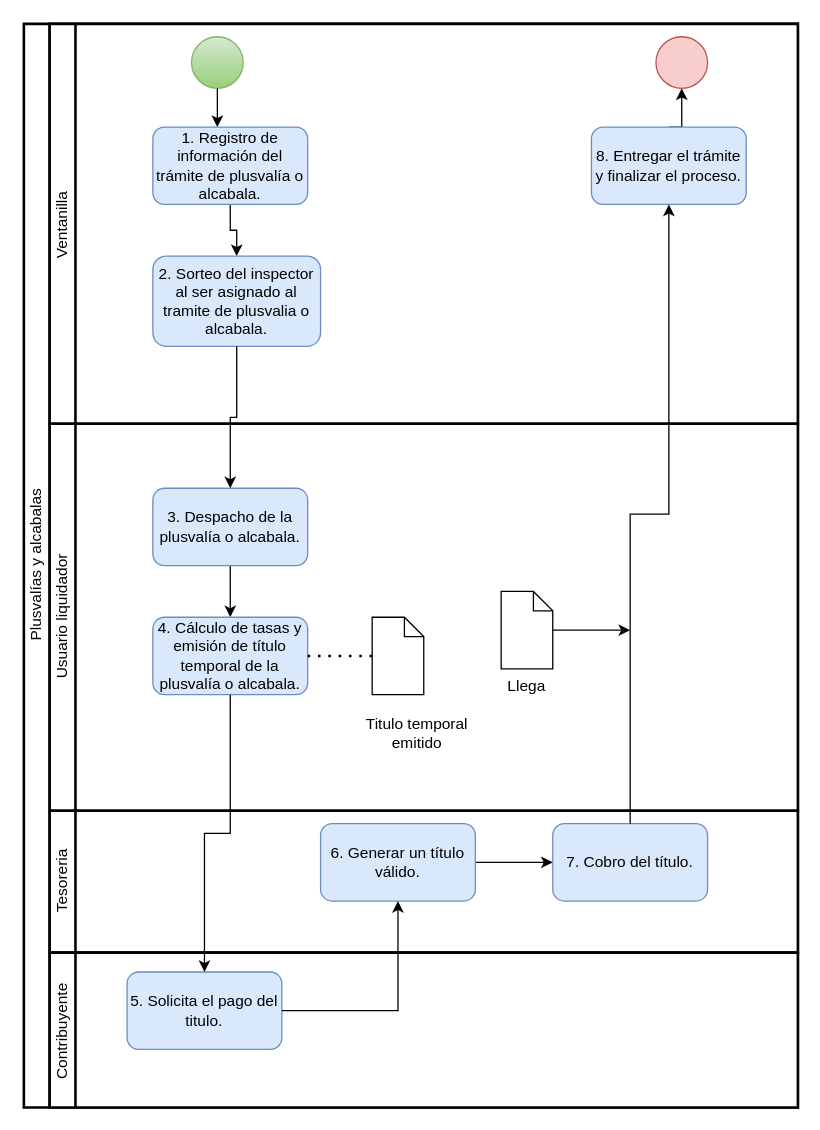
The draw.io diagram Diagrama1/Diagrama1.drawio in bryamOzl/Diagramas, before the edit. Source tidied: cells renumbered, new cells numbered last; positions are measured from the earlier drawing's top-left corner, leaving out a move shared by most shapes. Both pictures are drawn from the tidied source at 129%, with x=0, y=0 at pixel (23, 23).
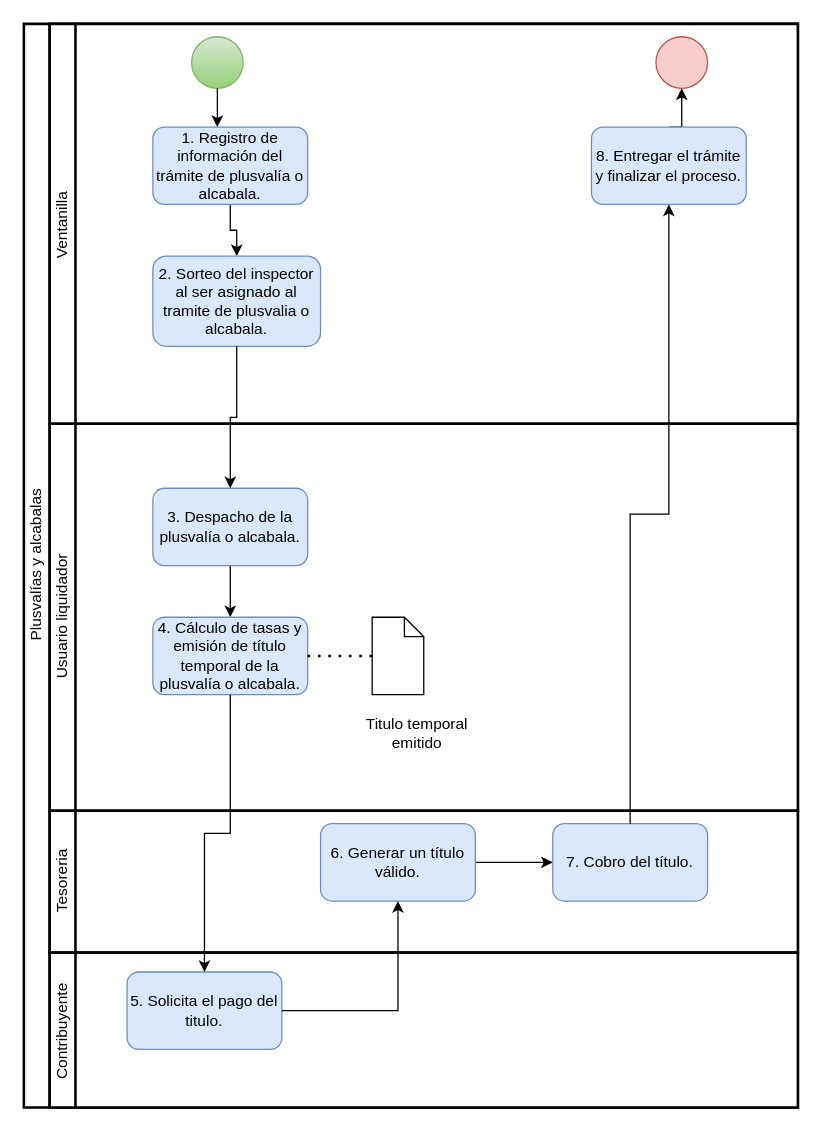
The same page after the edit.

The change refers to these unchanged cells:
```xml
<mxCell id="11" value="Usuario liquidador" style="swimlane;html=1;startSize=20;fontStyle=0;horizontal=0;swimlaneLine=1;swimlaneFillColor=#ffffff;strokeWidth=2;" parent="2" vertex="1">
  <mxGeometry x="20" y="310" width="580" height="300" as="geometry" />
</mxCell>
```

Diff of the diagram source:
```diff
@@
-    <mxCell id="17" value="Llega" style="shape=mxgraph.bpmn.data;labelPosition=center;verticalLabelPosition=bottom;align=center;verticalAlign=top;whiteSpace=wrap;size=15;html=1;" parent="11" vertex="1">
-      <mxGeometry x="350" y="130" width="40" height="60" as="geometry" />
-    </mxCell>
@@
-    <mxCell id="30" style="edgeStyle=orthogonalEdgeStyle;rounded=0;jettySize=auto;html=1;" parent="1" edge="1" source="17">
-      <mxGeometry relative="1" as="geometry">
-        <mxPoint x="470" y="470" as="targetPoint" />
-      </mxGeometry>
-    </mxCell>
```
